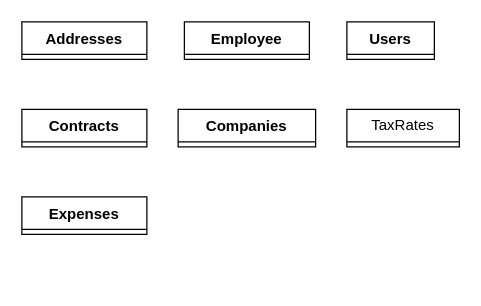
Above: Diagramme sans nom.drawio in Eaulmesse/upit_erp_dev (draw.io), before the change. Source tidied: cells renumbered, new cells numbered last; positions are measured from the earlier drawing's top-left corner, leaving out a move shared by most shapes. Both pictures are drawn from the tidied source at 125%, with x=0, y=0 at pixel (21, 21).
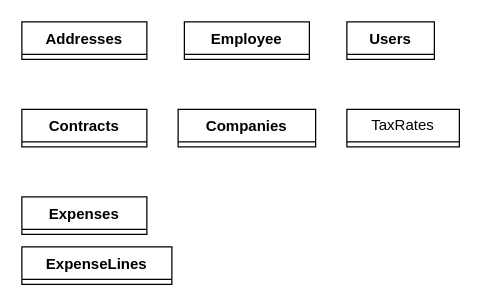
The same diagram, later.

What changed in the source:
```diff
@@
 <mxGraphModel>
   <root>
     <mxCell id="0" />
     <mxCell id="1" parent="0" />
     <mxCell id="2" value="Companies" style="swimlane;fontStyle=1;align=center;verticalAlign=top;horizontal=1;startSize=26;whiteSpace=wrap;html=1;" parent="1" vertex="1" collapsed="1">
       <mxGeometry x="125" y="70" width="110" height="30" as="geometry" />
     </mxCell>
     <mxCell id="3" value="Addresses" style="swimlane;fontStyle=1;align=center;verticalAlign=top;horizontal=1;startSize=26;whiteSpace=wrap;html=1;" parent="1" vertex="1" collapsed="1">
       <mxGeometry width="100" height="30" as="geometry" />
     </mxCell>
     <mxCell id="4" value="Contracts" style="swimlane;fontStyle=1;align=center;verticalAlign=top;horizontal=1;startSize=26;whiteSpace=wrap;html=1;" parent="1" vertex="1" collapsed="1">
       <mxGeometry y="70" width="100" height="30" as="geometry" />
     </mxCell>
     <mxCell id="5" value="Employee" style="swimlane;fontStyle=1;align=center;verticalAlign=top;horizontal=1;startSize=26;whiteSpace=wrap;html=1;" parent="1" vertex="1" collapsed="1">
       <mxGeometry x="130" width="100" height="30" as="geometry" />
     </mxCell>
     <mxCell id="6" value="Users" style="swimlane;fontStyle=1;align=center;verticalAlign=top;horizontal=1;startSize=26;whiteSpace=wrap;html=1;" parent="1" vertex="1" collapsed="1">
       <mxGeometry x="260" width="70" height="30" as="geometry" />
     </mxCell>
     <mxCell id="7" value="TaxRates" style="swimlane;fontStyle=0;horizontal=1;startSize=26;fillColor=none;whiteSpace=wrap;html=1;" parent="1" vertex="1" collapsed="1">
       <mxGeometry x="260" y="70" width="90" height="30" as="geometry" />
     </mxCell>
     <mxCell id="8" value="Expenses" style="swimlane;fontStyle=1;align=center;verticalAlign=top;horizontal=1;startSize=26;whiteSpace=wrap;html=1;" parent="1" vertex="1" collapsed="1">
       <mxGeometry y="140" width="100" height="30" as="geometry" />
     </mxCell>
+    <mxCell id="9" value="ExpenseLines" style="swimlane;fontStyle=1;align=center;verticalAlign=top;horizontal=1;startSize=26;whiteSpace=wrap;html=1;" parent="1" vertex="1" collapsed="1">
+      <mxGeometry y="180" width="120" height="30" as="geometry" />
+    </mxCell>
   </root>
 </mxGraphModel>
```
